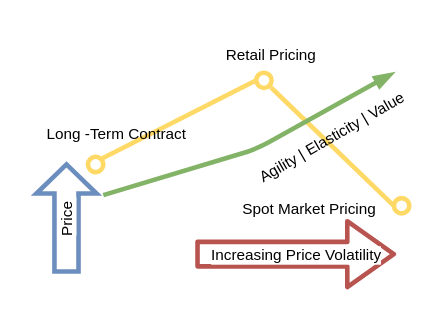
miranda-zhang/draw.io keeps this draw.io diagram as Cloud_pricing.drawio. Above is the earlier version. Source tidied: cells renumbered, new cells numbered last; positions are measured from the earlier drawing's top-left corner, leaving out a move shared by most shapes. Both pictures are drawn from the tidied source at 153%, with x=0, y=0 at pixel (26, 26).
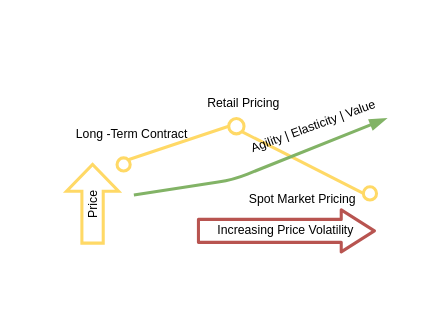
The same page after the edit.

The edit, as a diff of the source:
```diff
@@
-    <mxCell id="2" value="Spot Market Pricing" style="text;html=1;strokeColor=none;fillColor=none;align=center;verticalAlign=middle;whiteSpace=wrap;rounded=0;fontSize=10;fontStyle=0;strokeWidth=3;" parent="1" vertex="1">
-      <mxGeometry x="130" y="107" width="110" height="24" as="geometry" />
+    <mxCell id="2" value="Spot Market Pricing" style="text;html=1;strokeColor=none;fillColor=none;align=center;verticalAlign=middle;whiteSpace=wrap;rounded=0;fontSize=8;fontStyle=0;strokeWidth=2;" parent="1" vertex="1">
+      <mxGeometry x="131.5" y="101" width="97" height="24" as="geometry" />
     </mxCell>
-    <mxCell id="3" style="group;fontStyle=0;strokeWidth=3;fontSize=10;" parent="1" vertex="1">
-      <mxGeometry y="90" width="258" height="70" as="geometry" />
+    <mxCell id="3" style="group;fontStyle=0;strokeWidth=2;fontSize=8;" parent="1" vertex="1">
+      <mxGeometry x="20" y="90" width="230" height="60" as="geometry" />
     </mxCell>
-    <mxCell id="4" value="Price&amp;nbsp;" style="html=1;align=center;verticalAlign=middle;shape=mxgraph.arrows2.arrow;dy=0.6;dx=19;direction=north;notch=0;flipV=0;horizontal=0;fontSize=10;fontStyle=0;rounded=1;labelBackgroundColor=#ffffff;endArrow=classic;endSize=8.33;strokeColor=#6c8ebf;strokeWidth=3;fillColor=none;" parent="3" vertex="1">
-      <mxGeometry x="6.3" width="39.3" height="70" as="geometry" />
+    <mxCell id="4" value="Price&amp;nbsp;" style="html=1;align=center;verticalAlign=middle;shape=mxgraph.arrows2.arrow;dy=0.59;dx=17.5;direction=north;notch=0;flipV=0;horizontal=0;fontSize=8;fontStyle=0;rounded=1;labelBackgroundColor=#ffffff;endArrow=classic;endSize=8.33;strokeColor=#FFD966;strokeWidth=2;fillColor=none;" parent="3" vertex="1">
+      <mxGeometry x="6" width="34" height="51.4" as="geometry" />
     </mxCell>
-    <mxCell id="5" value="Increasing Price Volatility" style="shape=flexArrow;endArrow=classic;html=1;endWidth=24;endSize=9.14;width=14;fontSize=10;fontStyle=0;fillColor=none;strokeColor=#b85450;strokeWidth=3;" parent="3" edge="1">
+    <mxCell id="5" value="Increasing Price Volatility" style="shape=flexArrow;endArrow=classic;html=1;endWidth=10.5;endSize=6.555;width=14;fontSize=8;fontStyle=0;fillColor=none;strokeColor=#b85450;strokeWidth=2;" parent="3" edge="1">
       <mxGeometry relative="1" as="geometry">
-        <mxPoint x="110.1" y="58.6" as="sourcePoint" />
-        <mxPoint x="241.4" y="58.6" as="targetPoint" />
+        <mxPoint x="91.2" y="43.4" as="sourcePoint" />
+        <mxPoint x="208.2" y="43.4" as="targetPoint" />
       </mxGeometry>
     </mxCell>
-    <mxCell id="6" style="endArrow=none;html=1;fontSize=10;spacing=0;comic=0;strokeWidth=3;strokeColor=#FFD966;fontStyle=0;" parent="1" edge="1" source="8">
-      <mxGeometry relative="1" as="geometry">
-        <mxPoint x="160" y="40" as="targetPoint" />
-      </mxGeometry>
-    </mxCell>
-    <mxCell id="7" style="endArrow=none;html=1;fontSize=10;strokeColor=#FFD966;strokeWidth=3;spacing=0;fontStyle=0;entryX=0;entryY=0.5;entryDx=0;entryDy=0;" parent="1" edge="1" target="11">
-      <mxGeometry relative="1" as="geometry">
-        <mxPoint x="160" y="40" as="sourcePoint" />
-      </mxGeometry>
-    </mxCell>
-    <mxCell id="8" style="ellipse;whiteSpace=wrap;html=1;fontSize=10;rounded=1;strokeColor=#FFD966;strokeWidth=3;labelBackgroundColor=#ffffff;spacing=0;endArrow=none;fontStyle=0;" parent="1" vertex="1">
-      <mxGeometry x="150" y="30" width="10" height="10" as="geometry" />
-    </mxCell>
-    <mxCell id="9" style="endArrow=none;html=1;fontSize=10;spacing=0;comic=0;strokeWidth=3;strokeColor=#FFD966;fontStyle=0;entryX=0;entryY=0.5;entryDx=0;entryDy=0;exitX=1;exitY=0;exitDx=0;exitDy=0;" parent="1" edge="1" source="10" target="8">
-      <mxGeometry relative="1" as="geometry" />
-    </mxCell>
-    <mxCell id="10" style="ellipse;whiteSpace=wrap;html=1;fontSize=10;rounded=1;strokeColor=#FFD966;strokeWidth=3;labelBackgroundColor=#ffffff;spacing=0;endArrow=none;fontStyle=0;" parent="1" vertex="1">
-      <mxGeometry x="40" y="85" width="10" height="10" as="geometry" />
+    <mxCell id="10" style="ellipse;whiteSpace=wrap;html=1;fontSize=8;rounded=1;strokeColor=#FFD966;strokeWidth=2;labelBackgroundColor=#ffffff;spacing=0;endArrow=none;fontStyle=0;" parent="3" vertex="1">
+      <mxGeometry x="39" y="-4.3" width="8.6" height="8.6" as="geometry" />
     </mxCell>
-    <mxCell id="11" style="ellipse;whiteSpace=wrap;html=1;fontSize=10;rounded=1;strokeColor=#FFD966;strokeWidth=3;labelBackgroundColor=#ffffff;spacing=0;endArrow=none;fontStyle=0;" parent="1" vertex="1">
-      <mxGeometry x="240" y="112" width="10" height="10" as="geometry" />
+    <mxCell id="11" style="ellipse;whiteSpace=wrap;html=1;fontSize=8;rounded=1;strokeColor=#FFD966;strokeWidth=2;labelBackgroundColor=#ffffff;spacing=0;endArrow=none;fontStyle=0;" parent="3" vertex="1">
+      <mxGeometry x="200" y="14.6" width="8.6" height="8.6" as="geometry" />
     </mxCell>
-    <mxCell id="12" value="Agility | Elasticity | Value" style="text;html=1;strokeColor=none;fillColor=none;align=center;verticalAlign=middle;whiteSpace=wrap;rounded=0;fontSize=10;rotation=-30;fontStyle=0;strokeWidth=3;" parent="1" vertex="1">
-      <mxGeometry x="137" y="62" width="125" height="20" as="geometry" />
-    </mxCell>
+    <mxCell id="7" style="endArrow=none;html=1;fontSize=8;strokeColor=#FFD966;strokeWidth=2;spacing=0;fontStyle=0;entryX=0;entryY=0.5;entryDx=0;entryDy=0;exitX=1;exitY=1;exitDx=0;exitDy=0;" parent="1" edge="1" source="8" target="11">
+      <mxGeometry relative="1" as="geometry" />
+    </mxCell>
+    <mxCell id="9" style="endArrow=none;html=1;fontSize=8;spacing=0;comic=0;strokeWidth=2;strokeColor=#FFD966;fontStyle=0;entryX=0;entryY=0.5;entryDx=0;entryDy=0;exitX=1;exitY=0;exitDx=0;exitDy=0;" parent="1" edge="1" source="10" target="8">
+      <mxGeometry relative="1" as="geometry" />
+    </mxCell>
-    <mxCell id="13" value="Long -Term Contract" style="text;html=1;strokeColor=none;fillColor=none;align=center;verticalAlign=middle;whiteSpace=wrap;rounded=0;fontSize=10;fontStyle=0;strokeWidth=3;" parent="1" vertex="1">
-      <mxGeometry x="10" y="60" width="98" height="20" as="geometry" />
+    <mxCell id="13" value="Long -Term Contract" style="text;html=1;strokeColor=none;fillColor=none;align=center;verticalAlign=middle;whiteSpace=wrap;rounded=0;fontSize=8;fontStyle=0;strokeWidth=2;" parent="1" vertex="1">
+      <mxGeometry x="30" y="60" width="78" height="20" as="geometry" />
     </mxCell>
-    <mxCell id="14" style="group;fontStyle=0;strokeWidth=3;fontSize=10;" parent="1" vertex="1">
-      <mxGeometry x="110" width="100" height="70" as="geometry" />
+    <mxCell id="14" style="group;fontStyle=0;strokeWidth=2;fontSize=8;" parent="1" vertex="1">
+      <mxGeometry x="105" y="20" width="150" height="70" as="geometry" />
     </mxCell>
-    <mxCell id="15" value="Retail Pricing" style="text;html=1;strokeColor=none;fillColor=none;align=center;verticalAlign=middle;whiteSpace=wrap;rounded=0;fontSize=10;fontStyle=0;strokeWidth=3;" parent="14" vertex="1">
-      <mxGeometry y="8" width="100" height="20" as="geometry" />
+    <mxCell id="15" value="Retail Pricing" style="text;html=1;strokeColor=none;fillColor=none;align=center;verticalAlign=middle;whiteSpace=wrap;rounded=0;fontSize=8;fontStyle=0;strokeWidth=2;" parent="14" vertex="1">
+      <mxGeometry x="7" y="20" width="60" height="20" as="geometry" />
     </mxCell>
-    <mxCell id="16" style="endArrow=blockThin;html=1;strokeColor=#82b366;strokeWidth=3;fillColor=#d5e8d4;fontSize=10;endFill=1;fontStyle=0;" parent="14" edge="1">
+    <mxCell id="16" style="endArrow=blockThin;html=1;strokeColor=#82b366;strokeWidth=2;fillColor=#d5e8d4;fontSize=8;endFill=1;fontStyle=0;" parent="14" edge="1">
       <mxGeometry relative="1" as="geometry">
-        <mxPoint x="-60" y="110" as="sourcePoint" />
-        <mxPoint x="130" y="30" as="targetPoint" />
+        <mxPoint x="-35" y="90" as="sourcePoint" />
+        <mxPoint x="130" y="40" as="targetPoint" />
         <Array as="points">
-          <mxPoint x="40" y="80" />
+          <mxPoint x="30" y="80" />
         </Array>
       </mxGeometry>
     </mxCell>
+    <mxCell id="8" style="ellipse;whiteSpace=wrap;html=1;fontSize=8;rounded=1;strokeColor=#FFD966;strokeWidth=2;labelBackgroundColor=#ffffff;spacing=0;endArrow=none;fontStyle=0;" parent="14" vertex="1">
+      <mxGeometry x="27" y="40" width="10" height="10" as="geometry" />
+    </mxCell>
+    <mxCell id="12" value="Agility | Elasticity | Value" style="text;html=1;strokeColor=none;fillColor=none;align=center;verticalAlign=middle;whiteSpace=wrap;rounded=0;fontSize=8;rotation=-20;fontStyle=0;strokeWidth=2;" parent="14" vertex="1">
+      <mxGeometry x="20" y="35" width="125" height="20" as="geometry" />
+    </mxCell>
```
